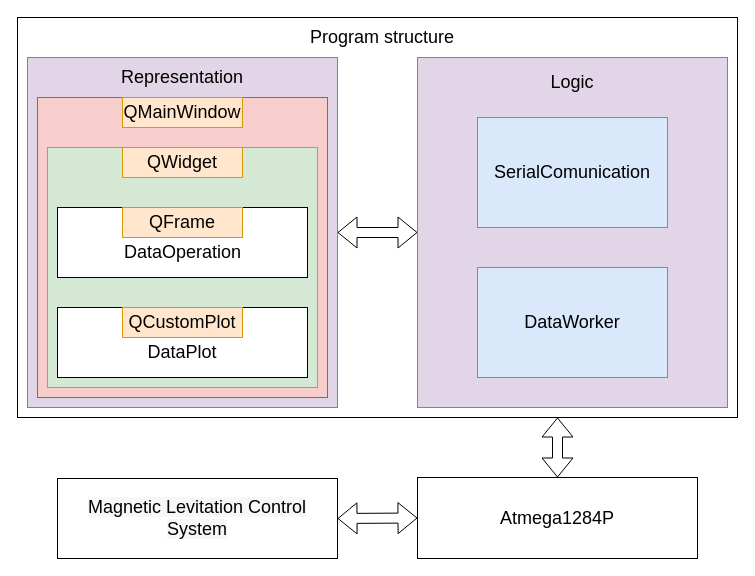
Above: Diagrams/avr program.drawio in igorktech/levitron (draw.io), before the change. Source tidied: cells renumbered, new cells numbered last; positions are measured from the earlier drawing's top-left corner, leaving out a move shared by most shapes. Both pictures are drawn from the tidied source at 100%, with x=0, y=0 at pixel (17, 17).
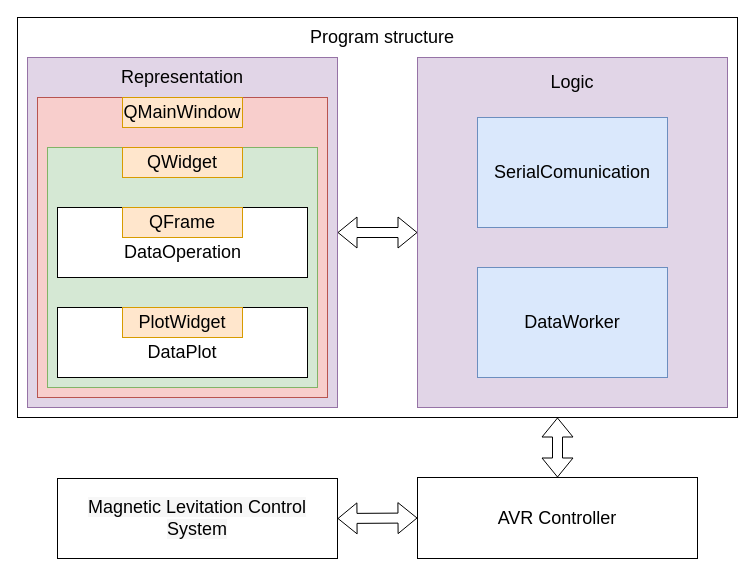
After the change.

The edit, as a diff of the source:
```diff
@@
-    <mxCell id="21" value="&lt;font style=&quot;font-size: 18px&quot;&gt;QCustomPlot&lt;/font&gt;" style="rounded=0;whiteSpace=wrap;html=1;fillColor=#ffe6cc;strokeColor=#d79b00;" parent="1" vertex="1">
+    <mxCell id="21" value="&lt;font style=&quot;font-size: 18px&quot;&gt;PlotWidget&lt;/font&gt;" style="rounded=0;whiteSpace=wrap;html=1;fillColor=#ffe6cc;strokeColor=#d79b00;" parent="1" vertex="1">
       <mxGeometry x="105" y="290" width="120" height="30" as="geometry" />
     </mxCell>
-    <mxCell id="22" value="&lt;font style=&quot;font-size: 18px&quot;&gt;Atmega1284P&lt;/font&gt;" style="rounded=0;whiteSpace=wrap;html=1;" parent="1" vertex="1">
+    <mxCell id="22" value="&lt;font style=&quot;font-size: 18px&quot;&gt;AVR Controller&lt;/font&gt;" style="rounded=0;whiteSpace=wrap;html=1;" parent="1" vertex="1">
       <mxGeometry x="400" y="460" width="280" height="81" as="geometry" />
     </mxCell>
```
